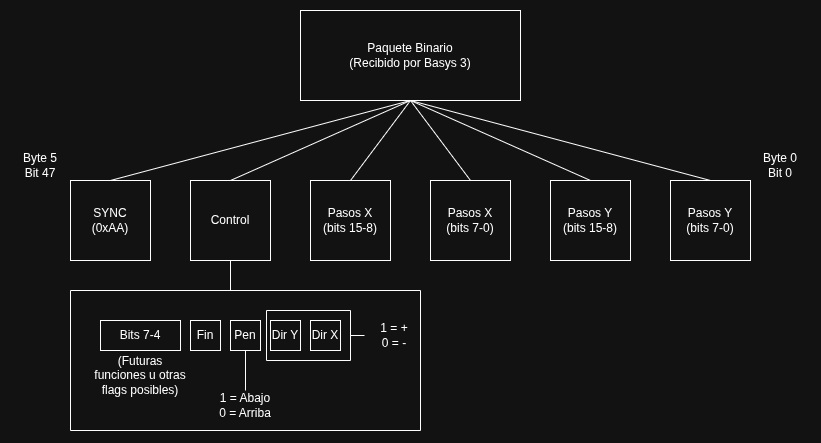
Before: docs/binary-packet.png, a diagram exported from draw.io (JhonyRetro/fbp). Source tidied: cells renumbered, new cells last; positions are measured from the earlier drawing's top-left corner, leaving out a move shared by most shapes.
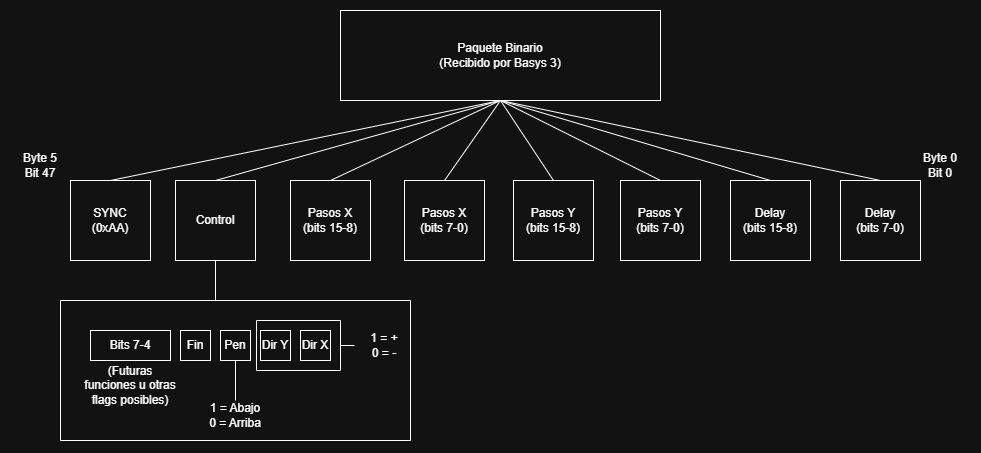
After the commit.

Commit message:
docs: adjust design diagrams

Diff of the diagram source:
```diff
@@ -3,31 +3,31 @@
     <mxCell id="0" />
     <mxCell id="1" parent="0" />
     <mxCell id="2" value="Paquete Binario&lt;br&gt;(Recibido por Basys 3)" style="rounded=0;whiteSpace=wrap;html=1;" parent="1" vertex="1">
-      <mxGeometry x="290" width="220" height="90" as="geometry" />
+      <mxGeometry x="240" width="320" height="90" as="geometry" />
     </mxCell>
     <mxCell id="3" value="SYNC&lt;div&gt;(0xAA)&lt;/div&gt;" style="whiteSpace=wrap;html=1;" parent="1" vertex="1">
-      <mxGeometry x="60" y="170" width="80" height="80" as="geometry" />
+      <mxGeometry x="-30" y="170" width="80" height="80" as="geometry" />
     </mxCell>
     <mxCell id="4" value="Control" style="whiteSpace=wrap;html=1;" parent="1" vertex="1">
-      <mxGeometry x="180" y="170" width="80" height="80" as="geometry" />
+      <mxGeometry x="75" y="170" width="80" height="80" as="geometry" />
     </mxCell>
     <mxCell id="5" value="Pasos X&lt;div&gt;(bits 15-8)&lt;/div&gt;" style="whiteSpace=wrap;html=1;" parent="1" vertex="1">
-      <mxGeometry x="300" y="170" width="80" height="80" as="geometry" />
+      <mxGeometry x="190" y="170" width="80" height="80" as="geometry" />
     </mxCell>
     <mxCell id="6" value="Pasos X&lt;div&gt;(bits 7-0)&lt;/div&gt;" style="whiteSpace=wrap;html=1;" parent="1" vertex="1">
-      <mxGeometry x="420" y="170" width="80" height="80" as="geometry" />
+      <mxGeometry x="304" y="170" width="80" height="80" as="geometry" />
     </mxCell>
     <mxCell id="7" value="Pasos Y&lt;div&gt;(bits 15-8)&lt;/div&gt;" style="whiteSpace=wrap;html=1;" parent="1" vertex="1">
-      <mxGeometry x="540" y="170" width="80" height="80" as="geometry" />
+      <mxGeometry x="413" y="170" width="80" height="80" as="geometry" />
     </mxCell>
     <mxCell id="8" value="Pasos Y&lt;div&gt;(bits 7-0)&lt;/div&gt;" style="whiteSpace=wrap;html=1;" parent="1" vertex="1">
-      <mxGeometry x="660" y="170" width="80" height="80" as="geometry" />
+      <mxGeometry x="520" y="170" width="80" height="80" as="geometry" />
     </mxCell>
     <mxCell id="9" value="Byte 0&lt;div&gt;Bit 0&lt;/div&gt;" style="text;html=1;whiteSpace=wrap;strokeColor=none;fillColor=none;align=center;verticalAlign=middle;rounded=0;" parent="1" vertex="1">
-      <mxGeometry x="740" y="140" width="60" height="30" as="geometry" />
+      <mxGeometry x="810" y="140" width="60" height="30" as="geometry" />
     </mxCell>
     <mxCell id="10" value="Byte 5&lt;div&gt;Bit 47&lt;/div&gt;" style="text;html=1;whiteSpace=wrap;strokeColor=none;fillColor=none;align=center;verticalAlign=middle;rounded=0;" parent="1" vertex="1">
-      <mxGeometry y="140" width="60" height="30" as="geometry" />
+      <mxGeometry x="-90" y="140" width="60" height="30" as="geometry" />
     </mxCell>
     <mxCell id="11" style="endArrow=none;html=1;rounded=0;exitX=0.5;exitY=0;exitDx=0;exitDy=0;" parent="1" edge="1" source="3">
       <mxGeometry relative="1" as="geometry">
@@ -54,91 +54,105 @@
       <mxGeometry relative="1" as="geometry" />
     </mxCell>
     <mxCell id="17" value="Fin" style="whiteSpace=wrap;html=1;" parent="1" vertex="1">
-      <mxGeometry x="180" y="310" width="30" height="30" as="geometry" />
+      <mxGeometry x="80" y="320" width="30" height="30" as="geometry" />
     </mxCell>
     <mxCell id="18" value="Bits 7-4" style="rounded=0;whiteSpace=wrap;html=1;" parent="1" vertex="1">
-      <mxGeometry x="90" y="310" width="80" height="30" as="geometry" />
+      <mxGeometry x="-10" y="320" width="80" height="30" as="geometry" />
     </mxCell>
     <mxCell id="19" value="Pen" style="whiteSpace=wrap;html=1;" parent="1" vertex="1">
-      <mxGeometry x="220" y="310" width="30" height="30" as="geometry" />
+      <mxGeometry x="120" y="320" width="30" height="30" as="geometry" />
     </mxCell>
     <mxCell id="20" value="Dir Y" style="whiteSpace=wrap;html=1;" parent="1" vertex="1">
-      <mxGeometry x="260" y="310" width="30" height="30" as="geometry" />
+      <mxGeometry x="160" y="320" width="30" height="30" as="geometry" />
     </mxCell>
     <mxCell id="21" value="Dir X" style="whiteSpace=wrap;html=1;" parent="1" vertex="1">
-      <mxGeometry x="300" y="310" width="30" height="30" as="geometry" />
+      <mxGeometry x="200" y="320" width="30" height="30" as="geometry" />
     </mxCell>
     <mxCell id="22" value="1 = +&lt;div&gt;0 = -&lt;/div&gt;" style="text;html=1;whiteSpace=wrap;strokeColor=none;fillColor=none;align=center;verticalAlign=middle;rounded=0;" parent="1" vertex="1">
-      <mxGeometry x="354" y="310" width="60" height="30" as="geometry" />
+      <mxGeometry x="254" y="320" width="60" height="30" as="geometry" />
     </mxCell>
     <mxCell id="23" style="endArrow=none;html=1;rounded=0;" parent="1" edge="1">
       <mxGeometry relative="1" as="geometry">
-        <mxPoint x="256" y="300" as="sourcePoint" />
-        <mxPoint x="340" y="300" as="targetPoint" />
+        <mxPoint x="156" y="310" as="sourcePoint" />
+        <mxPoint x="240" y="310" as="targetPoint" />
       </mxGeometry>
     </mxCell>
     <mxCell id="24" style="endArrow=none;html=1;rounded=0;" parent="1" edge="1">
       <mxGeometry relative="1" as="geometry">
-        <mxPoint x="340" y="350" as="sourcePoint" />
-        <mxPoint x="340" y="300" as="targetPoint" />
+        <mxPoint x="240" y="360" as="sourcePoint" />
+        <mxPoint x="240" y="310" as="targetPoint" />
       </mxGeometry>
     </mxCell>
     <mxCell id="25" style="endArrow=none;html=1;rounded=0;" parent="1" edge="1">
       <mxGeometry relative="1" as="geometry">
-        <mxPoint x="256" y="350" as="sourcePoint" />
-        <mxPoint x="340" y="350" as="targetPoint" />
+        <mxPoint x="156" y="360" as="sourcePoint" />
+        <mxPoint x="240" y="360" as="targetPoint" />
       </mxGeometry>
     </mxCell>
     <mxCell id="26" style="endArrow=none;html=1;rounded=0;entryX=0;entryY=0.5;entryDx=0;entryDy=0;" parent="1" edge="1" target="22">
       <mxGeometry relative="1" as="geometry">
-        <mxPoint x="340" y="325" as="sourcePoint" />
+        <mxPoint x="240" y="335" as="sourcePoint" />
       </mxGeometry>
     </mxCell>
     <mxCell id="27" style="endArrow=none;html=1;rounded=0;" parent="1" edge="1">
       <mxGeometry relative="1" as="geometry">
-        <mxPoint x="256" y="350" as="sourcePoint" />
-        <mxPoint x="256" y="300" as="targetPoint" />
+        <mxPoint x="156" y="360" as="sourcePoint" />
+        <mxPoint x="156" y="310" as="targetPoint" />
       </mxGeometry>
     </mxCell>
     <mxCell id="28" value="1 = Abajo&lt;div&gt;0 = Arriba&lt;/div&gt;" style="text;html=1;whiteSpace=wrap;strokeColor=none;fillColor=none;align=center;verticalAlign=middle;rounded=0;" parent="1" vertex="1">
-      <mxGeometry x="205" y="390" width="60" height="10" as="geometry" />
+      <mxGeometry x="105" y="400" width="60" height="10" as="geometry" />
     </mxCell>
     <mxCell id="29" style="endArrow=none;html=1;rounded=0;entryX=0.5;entryY=1;entryDx=0;entryDy=0;" parent="1" edge="1" target="19">
       <mxGeometry relative="1" as="geometry">
-        <mxPoint x="235" y="380" as="sourcePoint" />
+        <mxPoint x="135" y="390" as="sourcePoint" />
       </mxGeometry>
     </mxCell>
     <mxCell id="30" value="(Futuras funciones u otras flags posibles)" style="text;html=1;whiteSpace=wrap;strokeColor=none;fillColor=none;align=center;verticalAlign=middle;rounded=0;" parent="1" vertex="1">
-      <mxGeometry x="80" y="340" width="100" height="50" as="geometry" />
+      <mxGeometry x="-20" y="350" width="100" height="50" as="geometry" />
     </mxCell>
     <mxCell id="31" style="endArrow=none;html=1;rounded=0;entryX=0.5;entryY=1;entryDx=0;entryDy=0;" parent="1" edge="1" target="4">
       <mxGeometry relative="1" as="geometry">
-        <mxPoint x="220" y="280" as="sourcePoint" />
+        <mxPoint x="115" y="290" as="sourcePoint" />
       </mxGeometry>
     </mxCell>
     <mxCell id="32" style="endArrow=none;html=1;rounded=0;" parent="1" edge="1">
       <mxGeometry relative="1" as="geometry">
-        <mxPoint x="60" y="280" as="sourcePoint" />
-        <mxPoint x="410" y="280" as="targetPoint" />
+        <mxPoint x="-40" y="290" as="sourcePoint" />
+        <mxPoint x="310" y="290" as="targetPoint" />
       </mxGeometry>
     </mxCell>
     <mxCell id="33" style="endArrow=none;html=1;rounded=0;" parent="1" edge="1">
       <mxGeometry relative="1" as="geometry">
-        <mxPoint x="60" y="420" as="sourcePoint" />
-        <mxPoint x="60" y="280" as="targetPoint" />
+        <mxPoint x="-40" y="430" as="sourcePoint" />
+        <mxPoint x="-40" y="290" as="targetPoint" />
       </mxGeometry>
     </mxCell>
     <mxCell id="34" style="endArrow=none;html=1;rounded=0;" parent="1" edge="1">
       <mxGeometry relative="1" as="geometry">
-        <mxPoint x="410" y="420" as="sourcePoint" />
-        <mxPoint x="410" y="280" as="targetPoint" />
+        <mxPoint x="310" y="430" as="sourcePoint" />
+        <mxPoint x="310" y="290" as="targetPoint" />
       </mxGeometry>
     </mxCell>
     <mxCell id="35" style="endArrow=none;html=1;rounded=0;" parent="1" edge="1">
       <mxGeometry relative="1" as="geometry">
-        <mxPoint x="60" y="420" as="sourcePoint" />
-        <mxPoint x="410" y="420" as="targetPoint" />
+        <mxPoint x="-40" y="430" as="sourcePoint" />
+        <mxPoint x="310" y="430" as="targetPoint" />
       </mxGeometry>
     </mxCell>
+    <mxCell id="36" value="Delay&lt;br&gt;&lt;div&gt;(bits 15-8)&lt;/div&gt;" style="whiteSpace=wrap;html=1;" parent="1" vertex="1">
+      <mxGeometry x="630" y="170" width="80" height="80" as="geometry" />
+    </mxCell>
+    <mxCell id="37" value="Delay&lt;br&gt;&lt;div&gt;(bits 7-0)&lt;/div&gt;" style="whiteSpace=wrap;html=1;" parent="1" vertex="1">
+      <mxGeometry x="740" y="170" width="80" height="80" as="geometry" />
+    </mxCell>
+    <mxCell id="38" style="endArrow=none;html=1;rounded=0;exitX=0.5;exitY=0;exitDx=0;exitDy=0;" parent="1" edge="1" source="36">
+      <mxGeometry relative="1" as="geometry">
+        <mxPoint x="400" y="90" as="targetPoint" />
+      </mxGeometry>
+    </mxCell>
+    <mxCell id="39" style="endArrow=none;html=1;rounded=0;exitX=0.5;exitY=0;exitDx=0;exitDy=0;entryX=0.5;entryY=1;entryDx=0;entryDy=0;" parent="1" edge="1" source="37" target="2">
+      <mxGeometry relative="1" as="geometry" />
+    </mxCell>
   </root>
 </mxGraphModel>
```
